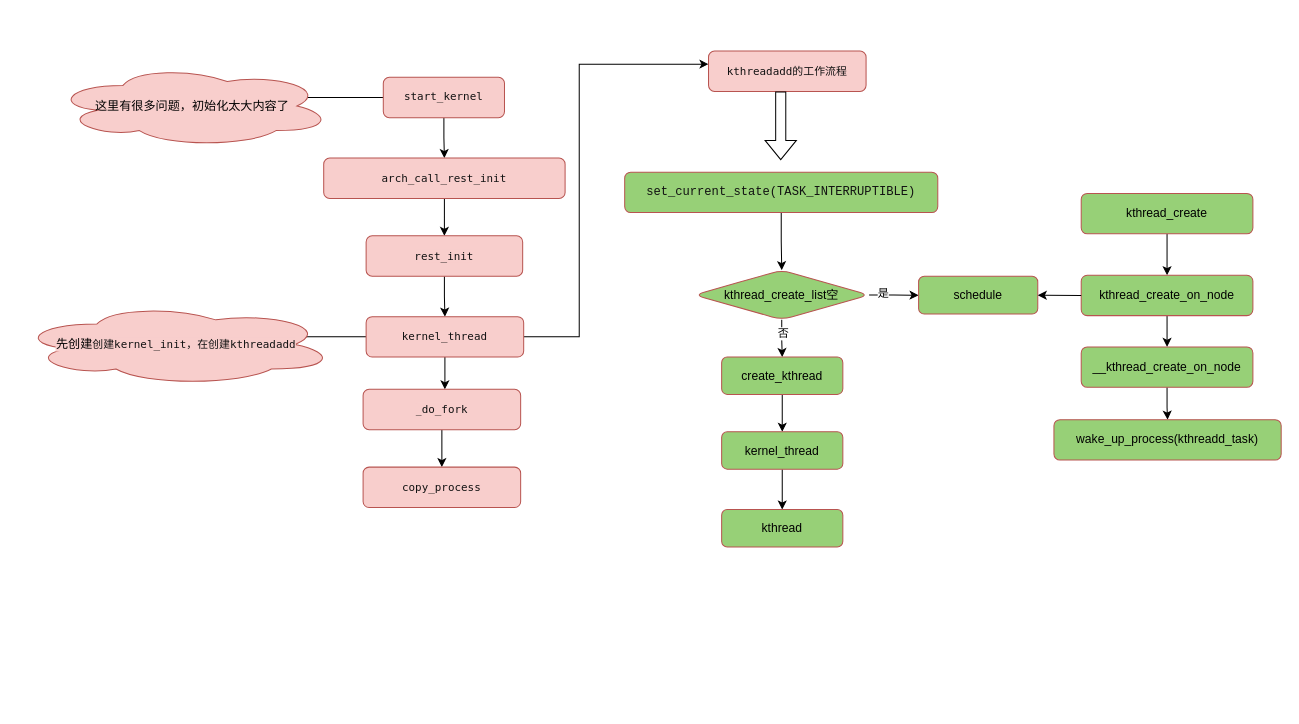
This is linux-kernel/kernel/Untitled Diagram.drawio from byrcoder/essay, a draw.io file, before an edit. Source tidied: cells renumbered, new cells numbered last; positions are measured from the earlier drawing's top-left corner, leaving out a move shared by most shapes. Both pictures are drawn from the tidied source at 101%, with x=0, y=0 at pixel (17, 50).
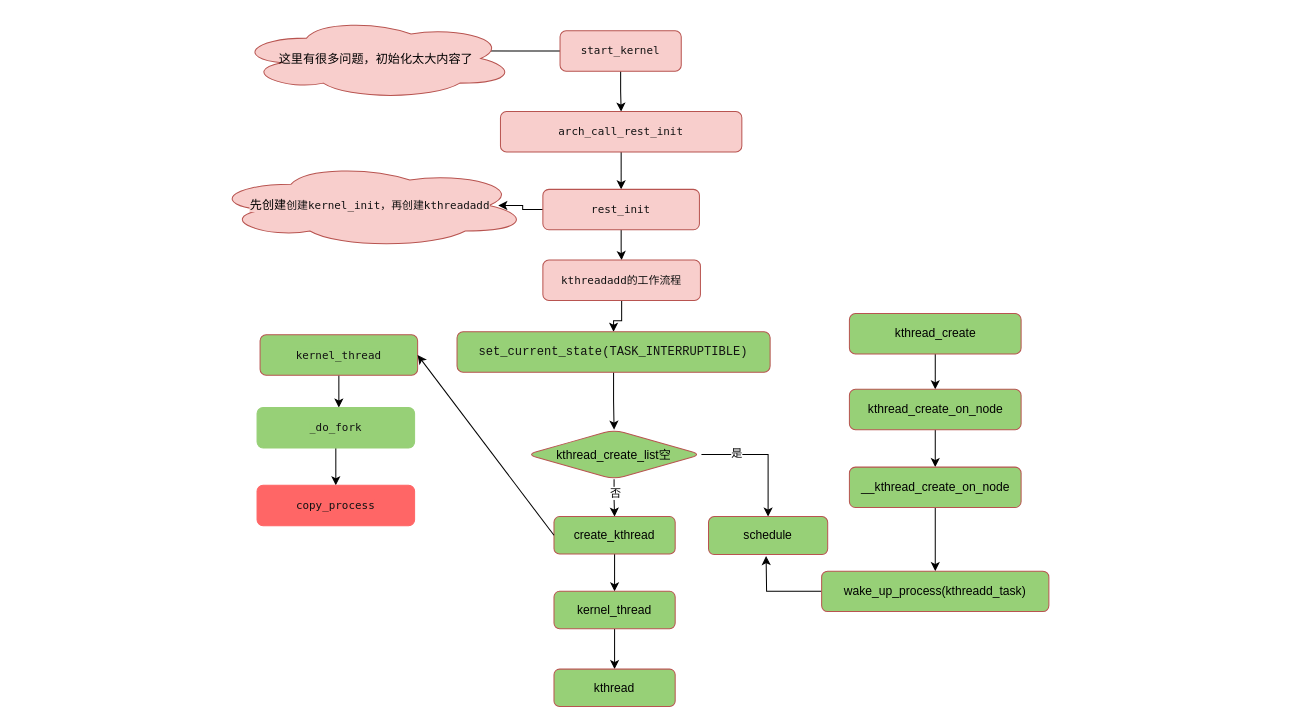
Above is the later version.

Change to the diagram source:
```diff
@@
     <mxCell id="4" value="&lt;pre style=&quot;margin-top: 0px ; margin-bottom: 0px ; font-size: 0.9em ; overflow: auto ; border-radius: 4px ; color: rgb(18 , 18 , 18)&quot;&gt;&lt;code class=&quot;language-text&quot; style=&quot;margin: 0px ; padding: 0px ; border-radius: 0px ; font-family: &amp;#34;menlo&amp;#34; , &amp;#34;monaco&amp;#34; , &amp;#34;consolas&amp;#34; , &amp;#34;andale mono&amp;#34; , &amp;#34;lucida console&amp;#34; , &amp;#34;courier new&amp;#34; , monospace ; font-size: inherit ; background-color: rgb(248 , 206 , 204)&quot;&gt;start_kernel&lt;/code&gt;&lt;/pre&gt;" style="rounded=1;whiteSpace=wrap;html=1;fontSize=12;glass=0;strokeWidth=1;shadow=0;fillColor=#f8cecc;strokeColor=#b85450;" parent="1" vertex="1">
-      <mxGeometry x="362" y="26" width="120" height="40" as="geometry" />
+      <mxGeometry x="537" y="-20" width="120" height="40" as="geometry" />
     </mxCell>
     <mxCell id="5" value="这里有很多问题，初始化太大内容了" style="ellipse;shape=cloud;whiteSpace=wrap;html=1;fillColor=#f8cecc;strokeColor=#b85450;rounded=1;glass=0;strokeWidth=1;shadow=0;" parent="1" vertex="1">
-      <mxGeometry x="35" y="14" width="276" height="81" as="geometry" />
+      <mxGeometry x="217" y="-33" width="276" height="81" as="geometry" />
     </mxCell>
@@
     <mxCell id="7" value="&lt;pre style=&quot;margin-top: 0px ; margin-bottom: 0px ; overflow: auto ; border-radius: 4px&quot;&gt;&lt;font color=&quot;#121212&quot; face=&quot;menlo, monaco, consolas, andale mono, lucida console, courier new, monospace&quot;&gt;&lt;span style=&quot;font-size: 10.8px ; background-color: rgb(248 , 206 , 204)&quot;&gt;arch_call_rest_init&lt;/span&gt;&lt;/font&gt;&lt;font color=&quot;#121212&quot; style=&quot;background-color: rgb(246 , 246 , 246)&quot;&gt;&lt;span style=&quot;font-size: 0.9em&quot;&gt;&lt;br&gt;&lt;/span&gt;&lt;/font&gt;&lt;/pre&gt;" style="rounded=1;whiteSpace=wrap;html=1;fontSize=12;glass=0;strokeWidth=1;shadow=0;fillColor=#f8cecc;strokeColor=#b85450;" parent="1" vertex="1">
-      <mxGeometry x="303" y="106" width="239" height="40" as="geometry" />
+      <mxGeometry x="478" y="60" width="239" height="40" as="geometry" />
     </mxCell>
-    <mxCell id="8" style="edgeStyle=orthogonalEdgeStyle;rounded=0;jettySize=auto;html=1;" parent="1" edge="1" source="9" target="13">
-      <mxGeometry relative="1" as="geometry" />
-    </mxCell>
+    <mxCell id="41" style="edgeStyle=orthogonalEdgeStyle;rounded=0;jettySize=auto;html=1;entryX=0.5;entryY=0;entryDx=0;entryDy=0;" parent="1" edge="1" source="9" target="18">
+      <mxGeometry relative="1" as="geometry" />
+    </mxCell>
+    <mxCell id="42" style="edgeStyle=orthogonalEdgeStyle;rounded=0;jettySize=auto;html=1;entryX=0.904;entryY=0.5;entryDx=0;entryDy=0;entryPerimeter=0;" parent="1" edge="1" source="9" target="14">
+      <mxGeometry relative="1" as="geometry" />
+    </mxCell>
     <mxCell id="9" value="&lt;pre style=&quot;margin-top: 0px ; margin-bottom: 0px ; overflow: auto ; border-radius: 4px&quot;&gt;&lt;font color=&quot;#121212&quot;&gt;&lt;font face=&quot;menlo, monaco, consolas, andale mono, lucida console, courier new, monospace&quot;&gt;&lt;span style=&quot;font-size: 10.8px ; background-color: rgb(248 , 206 , 204)&quot;&gt;rest_init&lt;/span&gt;&lt;/font&gt;&lt;span style=&quot;background-color: rgb(246 , 246 , 246) ; font-size: 0.9em&quot;&gt;&lt;br&gt;&lt;/span&gt;&lt;/font&gt;&lt;/pre&gt;" style="rounded=1;whiteSpace=wrap;html=1;fontSize=12;glass=0;strokeWidth=1;shadow=0;fillColor=#f8cecc;strokeColor=#b85450;" parent="1" vertex="1">
-      <mxGeometry x="345" y="183" width="155" height="40" as="geometry" />
+      <mxGeometry x="520" y="137" width="155" height="40" as="geometry" />
     </mxCell>
     <mxCell id="10" style="edgeStyle=orthogonalEdgeStyle;rounded=0;jettySize=auto;html=1;" parent="1" edge="1" source="13">
       <mxGeometry relative="1" as="geometry">
-        <mxPoint x="423" y="335" as="targetPoint" />
+        <mxPoint x="318" y="353" as="targetPoint" />
       </mxGeometry>
     </mxCell>
-    <mxCell id="11" style="edgeStyle=orthogonalEdgeStyle;rounded=0;jettySize=auto;html=1;entryX=0.07;entryY=0.4;entryDx=0;entryDy=0;entryPerimeter=0;" parent="1" edge="1" source="13" target="14">
-      <mxGeometry relative="1" as="geometry" />
-    </mxCell>
-    <mxCell id="12" style="edgeStyle=orthogonalEdgeStyle;rounded=0;jettySize=auto;html=1;" parent="1" edge="1" source="13" target="18">
-      <mxGeometry relative="1" as="geometry">
-        <Array as="points">
-          <mxPoint x="556" y="283" />
-          <mxPoint x="556" y="13" />
-        </Array>
-      </mxGeometry>
-    </mxCell>
-    <mxCell id="13" value="&lt;pre style=&quot;margin-top: 0px ; margin-bottom: 0px ; overflow: auto ; border-radius: 4px&quot;&gt;&lt;font color=&quot;#121212&quot;&gt;&lt;font face=&quot;menlo, monaco, consolas, andale mono, lucida console, courier new, monospace&quot;&gt;&lt;span style=&quot;font-size: 10.8px ; background-color: rgb(248 , 206 , 204)&quot;&gt;kernel_thread&lt;/span&gt;&lt;/font&gt;&lt;span style=&quot;background-color: rgb(246 , 246 , 246) ; font-size: 0.9em&quot;&gt;&lt;br&gt;&lt;/span&gt;&lt;/font&gt;&lt;/pre&gt;" style="rounded=1;whiteSpace=wrap;html=1;fontSize=12;glass=0;strokeWidth=1;shadow=0;fillColor=#f8cecc;strokeColor=#b85450;" parent="1" vertex="1">
-      <mxGeometry x="345" y="263" width="156" height="40" as="geometry" />
+    <mxCell id="13" value="&lt;pre style=&quot;margin-top: 0px ; margin-bottom: 0px ; overflow: auto ; border-radius: 4px&quot;&gt;&lt;font color=&quot;#121212&quot;&gt;&lt;font face=&quot;menlo, monaco, consolas, andale mono, lucida console, courier new, monospace&quot;&gt;&lt;span style=&quot;font-size: 10.8px ; background-color: rgb(151 , 208 , 119)&quot;&gt;kernel_thread&lt;/span&gt;&lt;/font&gt;&lt;span style=&quot;background-color: rgb(246 , 246 , 246) ; font-size: 0.9em&quot;&gt;&lt;br&gt;&lt;/span&gt;&lt;/font&gt;&lt;/pre&gt;" style="rounded=1;whiteSpace=wrap;html=1;fontSize=12;glass=0;strokeWidth=1;shadow=0;fillColor=#97D077;strokeColor=#b85450;" parent="1" vertex="1">
+      <mxGeometry x="240" y="281" width="156" height="40" as="geometry" />
     </mxCell>
-    <mxCell id="14" value="&lt;span style=&quot;background-color: rgb(248 , 206 , 204)&quot;&gt;先创建&lt;span style=&quot;font-size: 10.8px ; font-family: &amp;#34;menlo&amp;#34; , &amp;#34;monaco&amp;#34; , &amp;#34;consolas&amp;#34; , &amp;#34;andale mono&amp;#34; , &amp;#34;lucida console&amp;#34; , &amp;#34;courier new&amp;#34; , monospace ; color: rgb(18 , 18 , 18)&quot;&gt;创建kernel_init，在创建kthreadadd&lt;/span&gt;&lt;/span&gt;" style="ellipse;shape=cloud;whiteSpace=wrap;html=1;fillColor=#f8cecc;strokeColor=#b85450;rounded=1;glass=0;strokeWidth=1;shadow=0;" parent="1" vertex="1">
-      <mxGeometry y="250" width="314" height="81" as="geometry" />
+    <mxCell id="14" value="&lt;span style=&quot;background-color: rgb(248 , 206 , 204)&quot;&gt;先创建&lt;span style=&quot;font-size: 10.8px ; font-family: &amp;#34;menlo&amp;#34; , &amp;#34;monaco&amp;#34; , &amp;#34;consolas&amp;#34; , &amp;#34;andale mono&amp;#34; , &amp;#34;lucida console&amp;#34; , &amp;#34;courier new&amp;#34; , monospace ; color: rgb(18 , 18 , 18)&quot;&gt;创建kernel_init，再创建kthreadadd&lt;/span&gt;&lt;/span&gt;" style="ellipse;shape=cloud;whiteSpace=wrap;html=1;fillColor=#f8cecc;strokeColor=#b85450;rounded=1;glass=0;strokeWidth=1;shadow=0;" parent="1" vertex="1">
+      <mxGeometry x="192" y="111" width="314" height="84" as="geometry" />
     </mxCell>
@@
-    <mxCell id="16" value="&lt;pre style=&quot;margin-top: 0px ; margin-bottom: 0px ; overflow: auto ; border-radius: 4px&quot;&gt;&lt;font color=&quot;#121212&quot;&gt;&lt;font face=&quot;menlo, monaco, consolas, andale mono, lucida console, courier new, monospace&quot;&gt;&lt;span style=&quot;font-size: 10.8px ; background-color: rgb(248 , 206 , 204)&quot;&gt;_do_fork&lt;/span&gt;&lt;/font&gt;&lt;span style=&quot;background-color: rgb(246 , 246 , 246) ; font-size: 0.9em&quot;&gt;&lt;br&gt;&lt;/span&gt;&lt;/font&gt;&lt;/pre&gt;" style="rounded=1;whiteSpace=wrap;html=1;fontSize=12;glass=0;strokeWidth=1;shadow=0;fillColor=#f8cecc;strokeColor=#b85450;" parent="1" vertex="1">
-      <mxGeometry x="342" y="335" width="156" height="40" as="geometry" />
+    <mxCell id="16" value="&lt;pre style=&quot;margin-top: 0px ; margin-bottom: 0px ; overflow: auto ; border-radius: 4px&quot;&gt;&lt;font color=&quot;#121212&quot;&gt;&lt;font face=&quot;menlo, monaco, consolas, andale mono, lucida console, courier new, monospace&quot;&gt;&lt;span style=&quot;font-size: 10.8px ; background-color: rgb(151 , 208 , 119)&quot;&gt;_do_fork&lt;/span&gt;&lt;/font&gt;&lt;span style=&quot;background-color: rgb(246 , 246 , 246) ; font-size: 0.9em&quot;&gt;&lt;br&gt;&lt;/span&gt;&lt;/font&gt;&lt;/pre&gt;" style="rounded=1;whiteSpace=wrap;html=1;fontSize=12;glass=0;strokeWidth=1;shadow=0;fillColor=#97D077;strokeColor=#97D077;" parent="1" vertex="1">
+      <mxGeometry x="237" y="353" width="156" height="40" as="geometry" />
     </mxCell>
-    <mxCell id="17" value="&lt;pre style=&quot;margin-top: 0px ; margin-bottom: 0px ; overflow: auto ; border-radius: 4px&quot;&gt;&lt;font color=&quot;#121212&quot;&gt;&lt;font face=&quot;menlo, monaco, consolas, andale mono, lucida console, courier new, monospace&quot;&gt;&lt;span style=&quot;font-size: 10.8px ; background-color: rgb(248 , 206 , 204)&quot;&gt;copy_process&lt;/span&gt;&lt;/font&gt;&lt;span style=&quot;background-color: rgb(246 , 246 , 246) ; font-size: 0.9em&quot;&gt;&lt;br&gt;&lt;/span&gt;&lt;/font&gt;&lt;/pre&gt;" style="rounded=1;whiteSpace=wrap;html=1;fontSize=12;glass=0;strokeWidth=1;shadow=0;fillColor=#f8cecc;strokeColor=#b85450;" parent="1" vertex="1">
-      <mxGeometry x="342" y="412" width="156" height="40" as="geometry" />
+    <mxCell id="17" value="&lt;pre style=&quot;margin-top: 0px ; margin-bottom: 0px ; overflow: auto ; border-radius: 4px&quot;&gt;&lt;font color=&quot;#121212&quot;&gt;&lt;font face=&quot;menlo, monaco, consolas, andale mono, lucida console, courier new, monospace&quot;&gt;&lt;span style=&quot;font-size: 10.8px ; background-color: rgb(255 , 102 , 102)&quot;&gt;copy_process&lt;/span&gt;&lt;/font&gt;&lt;span style=&quot;background-color: rgb(246 , 246 , 246) ; font-size: 0.9em&quot;&gt;&lt;br&gt;&lt;/span&gt;&lt;/font&gt;&lt;/pre&gt;" style="rounded=1;whiteSpace=wrap;html=1;fontSize=12;glass=0;strokeWidth=1;shadow=0;fillColor=#FF6666;strokeColor=#FF6666;" parent="1" vertex="1">
+      <mxGeometry x="237" y="430" width="156" height="40" as="geometry" />
     </mxCell>
+    <mxCell id="43" style="edgeStyle=orthogonalEdgeStyle;rounded=0;jettySize=auto;html=1;" parent="1" edge="1" source="18" target="20">
+      <mxGeometry relative="1" as="geometry" />
+    </mxCell>
     <mxCell id="18" value="&lt;pre style=&quot;margin-top: 0px ; margin-bottom: 0px ; overflow: auto ; border-radius: 4px&quot;&gt;&lt;font color=&quot;#121212&quot;&gt;&lt;font face=&quot;menlo, monaco, consolas, andale mono, lucida console, courier new, monospace&quot;&gt;&lt;span style=&quot;font-size: 10.8px ; background-color: rgb(248 , 206 , 204)&quot;&gt;kthreadadd的工作流程&lt;/span&gt;&lt;/font&gt;&lt;span style=&quot;background-color: rgb(246 , 246 , 246) ; font-size: 0.9em&quot;&gt;&lt;br&gt;&lt;/span&gt;&lt;/font&gt;&lt;/pre&gt;" style="rounded=1;whiteSpace=wrap;html=1;fontSize=12;glass=0;strokeWidth=1;shadow=0;fillColor=#f8cecc;strokeColor=#b85450;" parent="1" vertex="1">
-      <mxGeometry x="684" width="156" height="40" as="geometry" />
+      <mxGeometry x="520" y="207" width="156" height="40" as="geometry" />
     </mxCell>
@@
     <mxCell id="20" value="&lt;pre style=&quot;margin-top: 0px ; margin-bottom: 0px ; overflow: auto ; border-radius: 4px&quot;&gt;&lt;font color=&quot;#121212&quot;&gt;set_current_state(TASK_INTERRUPTIBLE)&lt;/font&gt;&lt;/pre&gt;" style="rounded=1;whiteSpace=wrap;html=1;fontSize=12;glass=0;strokeWidth=1;shadow=0;fillColor=#97D077;strokeColor=#b85450;" parent="1" vertex="1">
-      <mxGeometry x="601" y="120" width="310" height="40" as="geometry" />
+      <mxGeometry x="435" y="278" width="310" height="40" as="geometry" />
     </mxCell>
@@
     <mxCell id="25" value="kthread_create_list空" style="rhombus;whiteSpace=wrap;html=1;fillColor=#97D077;strokeColor=#b85450;rounded=1;glass=0;strokeWidth=1;shadow=0;" parent="1" vertex="1">
-      <mxGeometry x="670" y="217" width="173" height="49" as="geometry" />
+      <mxGeometry x="504" y="375" width="173" height="49" as="geometry" />
     </mxCell>
@@
     <mxCell id="27" value="create_kthread" style="whiteSpace=wrap;html=1;fillColor=#97D077;strokeColor=#b85450;rounded=1;glass=0;strokeWidth=1;shadow=0;" parent="1" vertex="1">
-      <mxGeometry x="697" y="303" width="120" height="37" as="geometry" />
+      <mxGeometry x="531" y="461" width="120" height="37" as="geometry" />
     </mxCell>
     <mxCell id="28" value="schedule" style="whiteSpace=wrap;html=1;fillColor=#97D077;strokeColor=#b85450;rounded=1;glass=0;strokeWidth=1;shadow=0;" parent="1" vertex="1">
-      <mxGeometry x="892" y="223" width="118" height="37.5" as="geometry" />
+      <mxGeometry x="684" y="461" width="118" height="37.5" as="geometry" />
     </mxCell>
-    <mxCell id="29" style="shape=flexArrow;endArrow=classic;html=1;rounded=0;" parent="1" edge="1">
-      <mxGeometry relative="1" as="geometry">
-        <mxPoint x="755.5" y="40" as="sourcePoint" />
-        <mxPoint x="755.5" y="108" as="targetPoint" />
-      </mxGeometry>
-    </mxCell>
@@
     <mxCell id="31" value="kernel_thread" style="whiteSpace=wrap;html=1;fillColor=#97D077;strokeColor=#b85450;rounded=1;glass=0;strokeWidth=1;shadow=0;" parent="1" vertex="1">
-      <mxGeometry x="697" y="377" width="120" height="37" as="geometry" />
+      <mxGeometry x="531" y="535" width="120" height="37" as="geometry" />
     </mxCell>
     <mxCell id="32" value="kthread" style="whiteSpace=wrap;html=1;fillColor=#97D077;strokeColor=#b85450;rounded=1;glass=0;strokeWidth=1;shadow=0;" parent="1" vertex="1">
-      <mxGeometry x="697" y="454" width="120" height="37" as="geometry" />
+      <mxGeometry x="531" y="612" width="120" height="37" as="geometry" />
     </mxCell>
@@
     <mxCell id="34" value="kthread_create" style="rounded=1;whiteSpace=wrap;html=1;fontSize=12;glass=0;strokeWidth=1;shadow=0;fillColor=#97D077;strokeColor=#b85450;" parent="1" vertex="1">
-      <mxGeometry x="1053" y="141" width="170" height="40" as="geometry" />
+      <mxGeometry x="823.5" y="260" width="170" height="40" as="geometry" />
     </mxCell>
@@
     <mxCell id="36" value="kthread_create_on_node" style="rounded=1;whiteSpace=wrap;html=1;fontSize=12;glass=0;strokeWidth=1;shadow=0;fillColor=#97D077;strokeColor=#b85450;" parent="1" vertex="1">
-      <mxGeometry x="1053" y="222" width="170" height="40" as="geometry" />
+      <mxGeometry x="823.5" y="335" width="170" height="40" as="geometry" />
     </mxCell>
@@
     <mxCell id="38" value="__kthread_create_on_node" style="rounded=1;whiteSpace=wrap;html=1;fontSize=12;glass=0;strokeWidth=1;shadow=0;fillColor=#97D077;strokeColor=#b85450;" parent="1" vertex="1">
-      <mxGeometry x="1053" y="293" width="170" height="40" as="geometry" />
+      <mxGeometry x="823.5" y="412" width="170" height="40" as="geometry" />
     </mxCell>
+    <mxCell id="44" style="edgeStyle=orthogonalEdgeStyle;rounded=0;jettySize=auto;html=1;" parent="1" edge="1" source="39">
+      <mxGeometry relative="1" as="geometry">
+        <mxPoint x="741" y="500" as="targetPoint" />
+      </mxGeometry>
+    </mxCell>
     <mxCell id="39" value="wake_up_process(kthreadd_task)" style="rounded=1;whiteSpace=wrap;html=1;fontSize=12;glass=0;strokeWidth=1;shadow=0;fillColor=#97D077;strokeColor=#b85450;" parent="1" vertex="1">
-      <mxGeometry x="1026" y="365" width="225" height="40" as="geometry" />
+      <mxGeometry x="796" y="515" width="225" height="40" as="geometry" />
     </mxCell>
-    <mxCell id="40" style="endArrow=classic;html=1;rounded=0;exitX=0;exitY=0.5;exitDx=0;exitDy=0;entryX=1;entryY=0.5;entryDx=0;entryDy=0;" parent="1" edge="1" source="36" target="28">
-      <mxGeometry relative="1" as="geometry" />
-    </mxCell>
+    <mxCell id="45" style="endArrow=classic;html=1;rounded=0;entryX=1;entryY=0.5;entryDx=0;entryDy=0;exitX=0;exitY=0.5;exitDx=0;exitDy=0;" parent="1" edge="1" source="27" target="13">
+      <mxGeometry relative="1" as="geometry" />
+    </mxCell>
```
